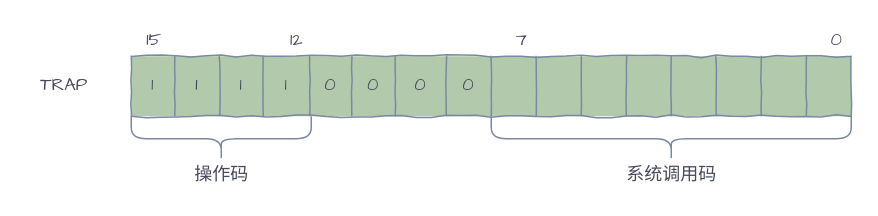
silan-liu/drawio keeps this draw.io diagram as page "trap" (25 of 36) of vm.drawio. Above is the earlier version. Source tidied: cells renumbered, new cells numbered last; positions are measured from the earlier drawing's top-left corner, leaving out a move shared by most shapes. Both pictures are drawn from the tidied source at 150%, with x=0, y=0 at pixel (26, 26).
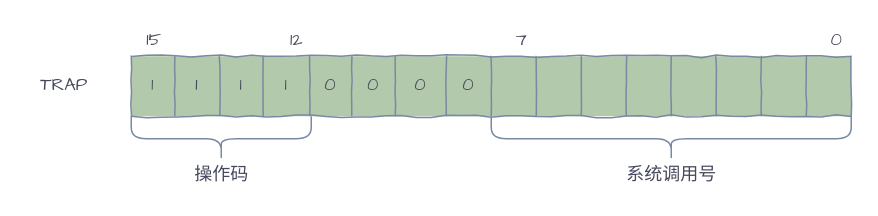
The same page after the edit.

What changed in the source:
```diff
@@
-    <mxCell id="23" value="系统调用码" style="text;html=1;align=center;verticalAlign=middle;fontColor=#46495D;fontFamily=Architects Daughter;" parent="1" vertex="1">
+    <mxCell id="23" value="系统调用号" style="text;html=1;align=center;verticalAlign=middle;fontColor=#46495D;fontFamily=Architects Daughter;" parent="1" vertex="1">
       <mxGeometry x="390" y="90" width="80" height="20" as="geometry" />
     </mxCell>
```
